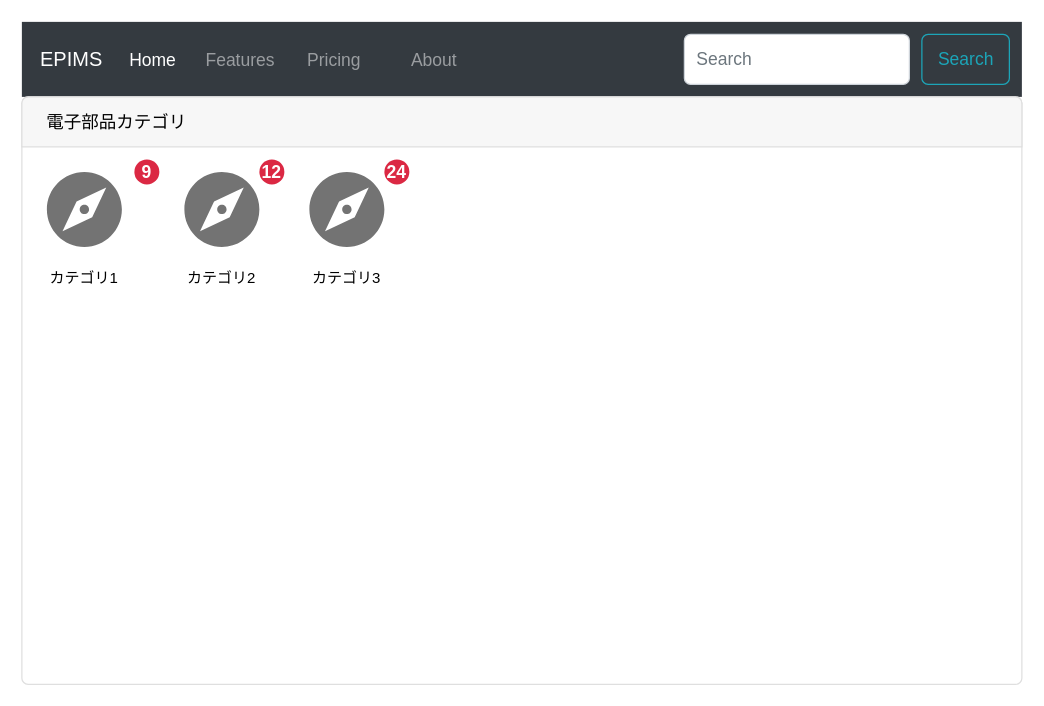
DJ956/Electronic-Parts-Inventory-Management-System-Front keeps this draw.io diagram as page "ホーム" (1 of 2) of フレームデザイン.drawio. Above is the earlier version. Source tidied: cells renumbered, new cells numbered last; positions are measured from the earlier drawing's top-left corner, leaving out a move shared by most shapes. Both pictures are drawn from the tidied source at 125%, with x=0, y=0 at pixel (21, 21).
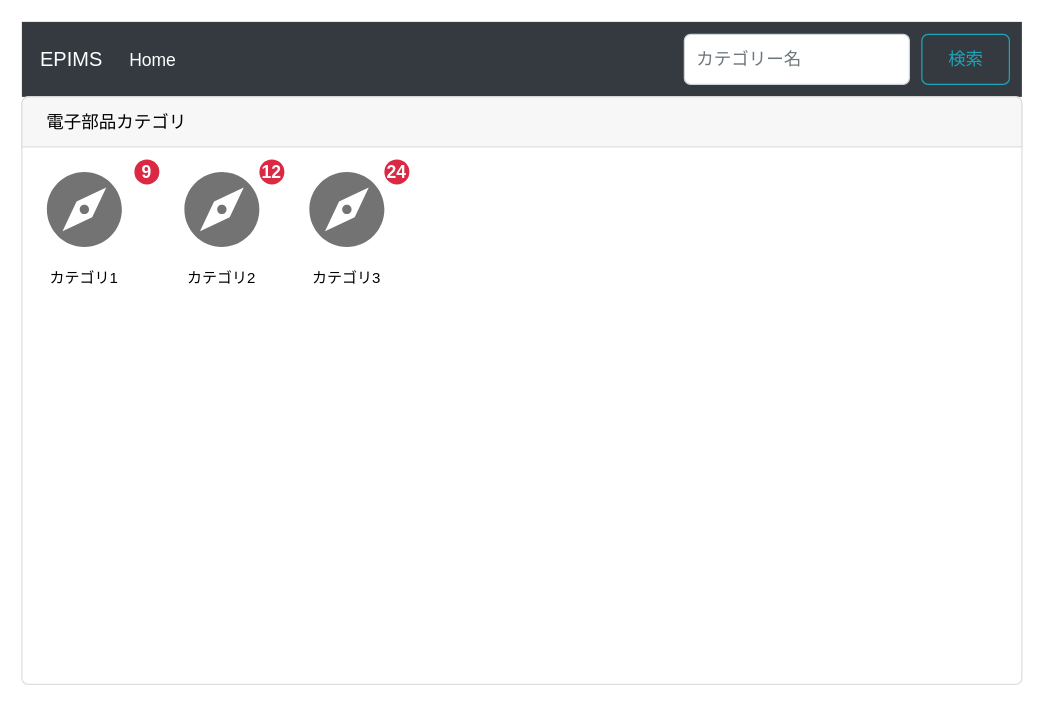
Above is the later version.

Unchanged cells that the change refers to:
```xml
<mxCell id="3" value="EPIMS" style="html=1;shadow=0;dashed=0;fillColor=#343A40;strokeColor=none;fontSize=16;fontColor=#ffffff;align=left;spacing=15;" parent="2" vertex="1">
  <mxGeometry width="800" height="60" as="geometry" />
</mxCell>
```

Diff of the diagram source:
```diff
@@
-    <mxCell id="5" value="Features" style="fillColor=none;strokeColor=none;fontSize=14;fontColor=#9A9DA0;align=center;" parent="3" vertex="1">
-      <mxGeometry width="70" height="40" relative="1" as="geometry">
-        <mxPoint x="140" y="10" as="offset" />
-      </mxGeometry>
-    </mxCell>
-    <mxCell id="6" value="Pricing" style="fillColor=none;strokeColor=none;fontSize=14;fontColor=#9A9DA0;align=center;spacingRight=0;" parent="3" vertex="1">
-      <mxGeometry width="80" height="40" relative="1" as="geometry">
-        <mxPoint x="210" y="10" as="offset" />
-      </mxGeometry>
-    </mxCell>
-    <mxCell id="7" value="About" style="fillColor=none;strokeColor=none;fontSize=14;fontColor=#9A9DA0;align=center;" parent="3" vertex="1">
-      <mxGeometry width="80" height="40" relative="1" as="geometry">
-        <mxPoint x="290" y="10" as="offset" />
-      </mxGeometry>
-    </mxCell>
-    <mxCell id="8" value="Search" style="html=1;shadow=0;dashed=0;shape=mxgraph.bootstrap.rrect;rSize=5;fontSize=14;fontColor=#1CA5B8;strokeColor=#1CA5B8;fillColor=none;" parent="3" vertex="1">
+    <mxCell id="8" value="検索" style="html=1;shadow=0;dashed=0;shape=mxgraph.bootstrap.rrect;rSize=5;fontSize=14;fontColor=#1CA5B8;strokeColor=#1CA5B8;fillColor=none;" parent="3" vertex="1">
       <mxGeometry x="1" width="70" height="40" relative="1" as="geometry">
         <mxPoint x="-80" y="10" as="offset" />
       </mxGeometry>
     </mxCell>
-    <mxCell id="9" value="Search" style="html=1;shadow=0;dashed=0;shape=mxgraph.bootstrap.rrect;rSize=5;fontSize=14;fontColor=#6C767D;strokeColor=#CED4DA;fillColor=#ffffff;align=left;spacing=10;" parent="3" vertex="1">
+    <mxCell id="9" value="カテゴリー名" style="html=1;shadow=0;dashed=0;shape=mxgraph.bootstrap.rrect;rSize=5;fontSize=14;fontColor=#6C767D;strokeColor=#CED4DA;fillColor=#ffffff;align=left;spacing=10;" parent="3" vertex="1">
       <mxGeometry x="1" width="180" height="40" relative="1" as="geometry">
         <mxPoint x="-270" y="10" as="offset" />
       </mxGeometry>
     </mxCell>
```
